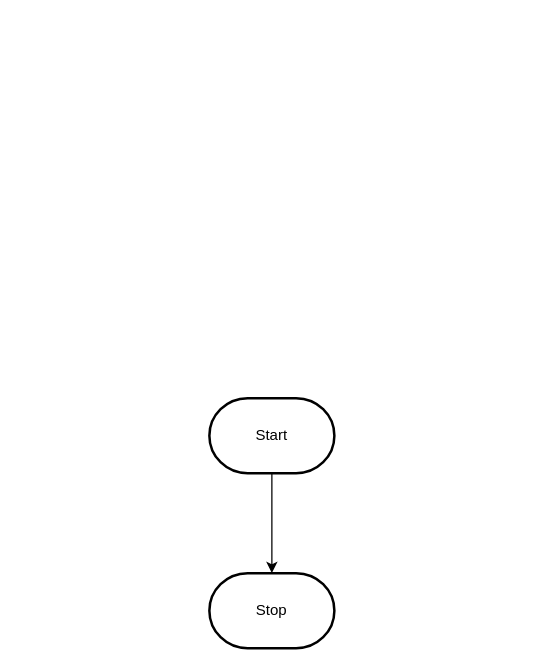
Above: design/flowchart.drawio in MTHS-ICS2O-2-2022/ICS2O-Unit-3-02-Bonnie-Zhu (draw.io), before the change. Source tidied: cells renumbered, new cells numbered last; positions are measured from the earlier drawing's top-left corner, leaving out a move shared by most shapes. Both pictures are drawn from the tidied source at 125%, with x=0, y=0 at pixel (209, 398).
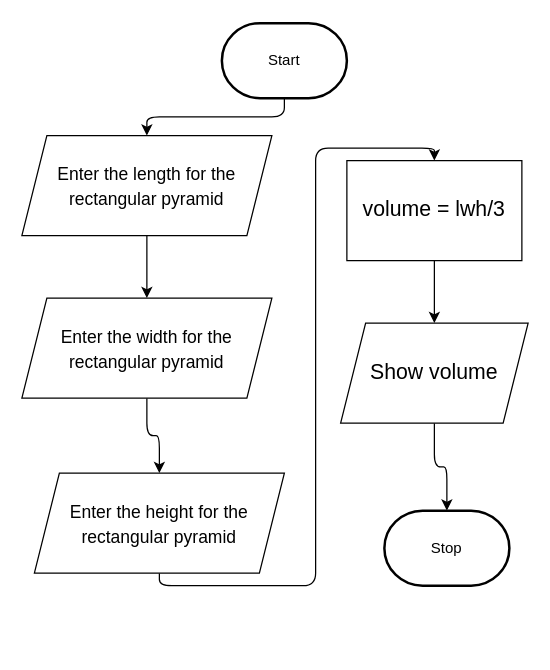
After the change.

What changed in the source:
```diff
@@
 <mxGraphModel>
   <root>
     <mxCell id="0" />
     <mxCell id="1" parent="0" />
-    <mxCell id="2" style="edgeStyle=orthogonalEdgeStyle;html=1;rounded=0;" parent="1" edge="1" source="3" target="4">
-      <mxGeometry relative="1" as="geometry" />
-    </mxCell>
+    <mxCell id="5" style="edgeStyle=orthogonalEdgeStyle;html=1;exitX=0.5;exitY=1;exitDx=0;exitDy=0;exitPerimeter=0;" parent="1" edge="1" source="3" target="7">
+      <mxGeometry relative="1" as="geometry" />
+    </mxCell>
     <mxCell id="3" value="Start" style="strokeWidth=2;html=1;shape=mxgraph.flowchart.terminator;whiteSpace=wrap;" parent="1" vertex="1">
-      <mxGeometry width="100" height="60" as="geometry" />
+      <mxGeometry x="10" y="-300" width="100" height="60" as="geometry" />
     </mxCell>
     <mxCell id="4" value="Stop" style="strokeWidth=2;html=1;shape=mxgraph.flowchart.terminator;whiteSpace=wrap;" parent="1" vertex="1">
-      <mxGeometry y="140" width="100" height="60" as="geometry" />
+      <mxGeometry x="140" y="90" width="100" height="60" as="geometry" />
     </mxCell>
+    <mxCell id="6" style="edgeStyle=orthogonalEdgeStyle;html=1;exitX=0.5;exitY=1;exitDx=0;exitDy=0;entryX=0.5;entryY=0;entryDx=0;entryDy=0;" parent="1" edge="1" source="7" target="9">
+      <mxGeometry relative="1" as="geometry" />
+    </mxCell>
+    <mxCell id="7" value="&lt;font style=&quot;font-size: 14px;&quot;&gt;Enter the length for the rectangular pyramid&lt;/font&gt;" style="shape=parallelogram;perimeter=parallelogramPerimeter;whiteSpace=wrap;html=1;fixedSize=1;strokeWidth=1;fontSize=16;" parent="1" vertex="1">
+      <mxGeometry x="-150" y="-210" width="200" height="80" as="geometry" />
+    </mxCell>
+    <mxCell id="8" style="edgeStyle=orthogonalEdgeStyle;html=1;exitX=0.5;exitY=1;exitDx=0;exitDy=0;" parent="1" edge="1" source="9" target="11">
+      <mxGeometry relative="1" as="geometry" />
+    </mxCell>
+    <mxCell id="9" value="&lt;font style=&quot;font-size: 14px;&quot;&gt;Enter the width for the rectangular pyramid&lt;/font&gt;" style="shape=parallelogram;perimeter=parallelogramPerimeter;whiteSpace=wrap;html=1;fixedSize=1;strokeWidth=1;fontSize=16;" parent="1" vertex="1">
+      <mxGeometry x="-150" y="-80" width="200" height="80" as="geometry" />
+    </mxCell>
+    <mxCell id="10" style="edgeStyle=orthogonalEdgeStyle;html=1;exitX=0.5;exitY=1;exitDx=0;exitDy=0;entryX=0.5;entryY=0;entryDx=0;entryDy=0;" parent="1" edge="1" source="11" target="13">
+      <mxGeometry relative="1" as="geometry" />
+    </mxCell>
+    <mxCell id="11" value="&lt;font style=&quot;font-size: 14px;&quot;&gt;Enter the height for the rectangular pyramid&lt;/font&gt;" style="shape=parallelogram;perimeter=parallelogramPerimeter;whiteSpace=wrap;html=1;fixedSize=1;strokeWidth=1;fontSize=16;" parent="1" vertex="1">
+      <mxGeometry x="-140" y="60" width="200" height="80" as="geometry" />
+    </mxCell>
+    <mxCell id="12" style="edgeStyle=orthogonalEdgeStyle;html=1;exitX=0.5;exitY=1;exitDx=0;exitDy=0;" parent="1" edge="1" source="13" target="15">
+      <mxGeometry relative="1" as="geometry" />
+    </mxCell>
+    <mxCell id="13" value="&lt;span style=&quot;font-size: 17px;&quot;&gt;volume = lwh/3&lt;/span&gt;" style="rounded=0;whiteSpace=wrap;html=1;shadow=0;sketch=0;strokeWidth=1;fontSize=11;" parent="1" vertex="1">
+      <mxGeometry x="110" y="-190" width="140" height="80" as="geometry" />
+    </mxCell>
+    <mxCell id="14" style="edgeStyle=orthogonalEdgeStyle;html=1;exitX=0.5;exitY=1;exitDx=0;exitDy=0;entryX=0.5;entryY=0;entryDx=0;entryDy=0;entryPerimeter=0;fontSize=14;" parent="1" edge="1" source="15" target="4">
+      <mxGeometry relative="1" as="geometry" />
+    </mxCell>
+    <mxCell id="15" value="Show volume" style="shape=parallelogram;perimeter=parallelogramPerimeter;whiteSpace=wrap;html=1;fixedSize=1;strokeWidth=1;fontSize=17;" parent="1" vertex="1">
+      <mxGeometry x="105" y="-60" width="150" height="80" as="geometry" />
+    </mxCell>
   </root>
 </mxGraphModel>
```
